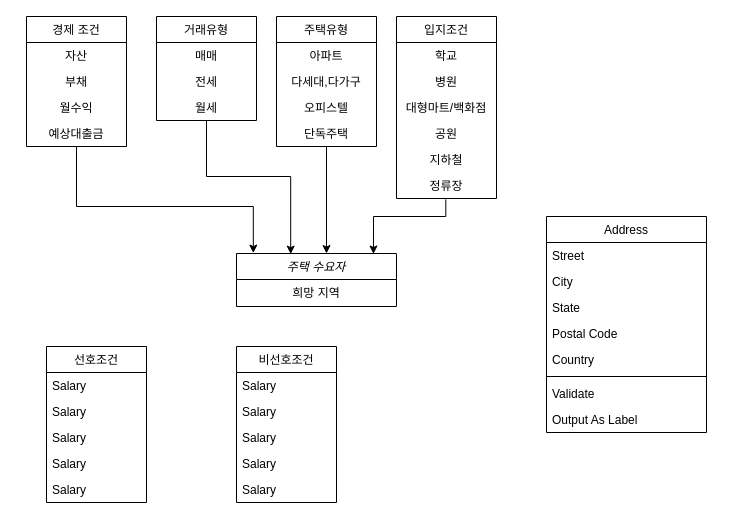
This is 제목 없는 다이어그램.drawio from TraceofBird/KREBPJ, a draw.io file, before an edit. Source tidied: cells renumbered, new cells numbered last; positions are measured from the earlier drawing's top-left corner, leaving out a move shared by most shapes. Both pictures are drawn from the tidied source at 100%, with x=0, y=0 at pixel (26, 16).
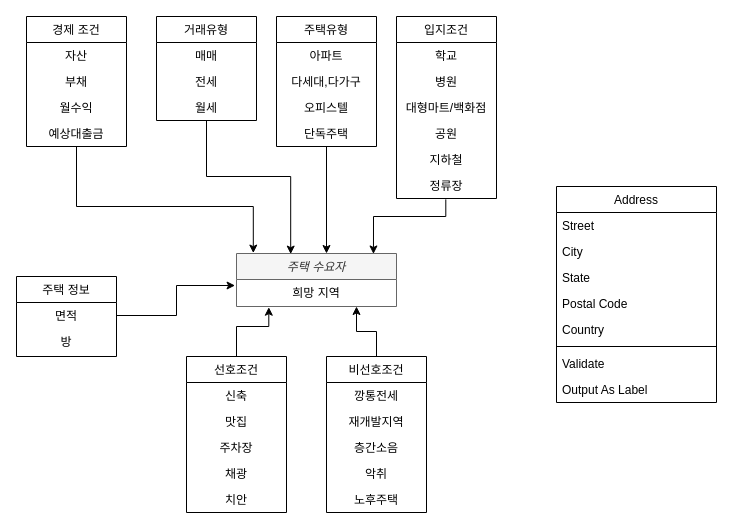
The same page after the edit.

Commit message:
제목 없는 다이어그램.drawio 업데이트

The change refers to these unchanged cells:
```xml
<mxCell id="3" value="희망 지역" style="text;align=center;verticalAlign=top;spacingLeft=4;spacingRight=4;overflow=hidden;points=[[0,0.5],[1,0.5]];portConstraint=eastwest;rounded=0;shadow=0;html=0;" parent="2" vertex="1">
  <mxGeometry y="26" width="160" height="26" as="geometry" />
</mxCell>
```

The edit, as a diff of the source:
```diff
@@
-    <mxCell id="2" value="주택 수요자" style="swimlane;fontStyle=2;align=center;verticalAlign=top;horizontal=1;startSize=26;rounded=0;shadow=0;strokeWidth=1;" parent="1" vertex="1">
+    <mxCell id="2" value="주택 수요자" style="swimlane;fontStyle=2;align=center;verticalAlign=top;horizontal=1;startSize=26;rounded=0;shadow=0;strokeWidth=1;fillColor=#f5f5f5;fontColor=#333333;strokeColor=#666666;" parent="1" vertex="1">
       <mxGeometry x="210" y="237" width="160" height="53" as="geometry" />
     </mxCell>
@@
     <mxCell id="15" value="Address" style="swimlane;fontStyle=0;align=center;verticalAlign=top;horizontal=1;startSize=26;rounded=0;shadow=0;strokeWidth=1;" parent="1" vertex="1">
-      <mxGeometry x="520" y="200" width="160" height="216" as="geometry" />
+      <mxGeometry x="530" y="170" width="160" height="216" as="geometry" />
     </mxCell>
@@
+    <mxCell id="50" style="edgeStyle=orthogonalEdgeStyle;rounded=0;jettySize=auto;html=1;entryX=0.75;entryY=1.038;entryDx=0;entryDy=0;entryPerimeter=0;" parent="1" edge="1" source="24" target="3">
+      <mxGeometry relative="1" as="geometry">
+        <Array as="points">
+          <mxPoint x="350" y="315" />
+          <mxPoint x="330" y="315" />
+        </Array>
+      </mxGeometry>
+    </mxCell>
     <mxCell id="24" value="비선호조건" style="swimlane;fontStyle=0;align=center;verticalAlign=top;horizontal=1;startSize=26;rounded=0;shadow=0;strokeWidth=1;" parent="1" vertex="1">
-      <mxGeometry x="210" y="330" width="100" height="156" as="geometry" />
+      <mxGeometry x="300" y="340" width="100" height="156" as="geometry" />
     </mxCell>
-    <mxCell id="25" value="Salary" style="text;align=left;verticalAlign=top;spacingLeft=4;spacingRight=4;overflow=hidden;" parent="24" vertex="1">
+    <mxCell id="25" value="깡통전세" style="text;align=center;verticalAlign=top;spacingLeft=4;spacingRight=4;overflow=hidden;" parent="24" vertex="1">
       <mxGeometry y="26" width="100" height="26" as="geometry" />
     </mxCell>
-    <mxCell id="26" value="Salary" style="text;align=left;verticalAlign=top;spacingLeft=4;spacingRight=4;overflow=hidden;" parent="24" vertex="1">
+    <mxCell id="26" value="재개발지역" style="text;align=center;verticalAlign=top;spacingLeft=4;spacingRight=4;overflow=hidden;" parent="24" vertex="1">
       <mxGeometry y="52" width="100" height="26" as="geometry" />
     </mxCell>
-    <mxCell id="27" value="Salary" style="text;align=left;verticalAlign=top;spacingLeft=4;spacingRight=4;overflow=hidden;" parent="24" vertex="1">
+    <mxCell id="27" value="층간소음" style="text;align=center;verticalAlign=top;spacingLeft=4;spacingRight=4;overflow=hidden;" parent="24" vertex="1">
       <mxGeometry y="78" width="100" height="26" as="geometry" />
     </mxCell>
-    <mxCell id="28" value="Salary" style="text;align=left;verticalAlign=top;spacingLeft=4;spacingRight=4;overflow=hidden;" parent="24" vertex="1">
+    <mxCell id="28" value="악취" style="text;align=center;verticalAlign=top;spacingLeft=4;spacingRight=4;overflow=hidden;" parent="24" vertex="1">
       <mxGeometry y="104" width="100" height="26" as="geometry" />
     </mxCell>
-    <mxCell id="29" value="Salary" style="text;align=left;verticalAlign=top;spacingLeft=4;spacingRight=4;overflow=hidden;" parent="24" vertex="1">
+    <mxCell id="29" value="노후주택" style="text;align=center;verticalAlign=top;spacingLeft=4;spacingRight=4;overflow=hidden;" parent="24" vertex="1">
       <mxGeometry y="130" width="100" height="26" as="geometry" />
     </mxCell>
@@
+    <mxCell id="51" style="edgeStyle=orthogonalEdgeStyle;rounded=0;jettySize=auto;html=1;entryX=0.202;entryY=1.066;entryDx=0;entryDy=0;entryPerimeter=0;" parent="1" edge="1" source="44" target="3">
+      <mxGeometry relative="1" as="geometry">
+        <Array as="points">
+          <mxPoint x="210" y="310" />
+          <mxPoint x="242" y="310" />
+        </Array>
+      </mxGeometry>
+    </mxCell>
     <mxCell id="44" value="선호조건" style="swimlane;fontStyle=0;align=center;verticalAlign=top;horizontal=1;startSize=26;rounded=0;shadow=0;strokeWidth=1;" parent="1" vertex="1">
-      <mxGeometry x="20" y="330" width="100" height="156" as="geometry" />
+      <mxGeometry x="160" y="340" width="100" height="156" as="geometry" />
     </mxCell>
-    <mxCell id="45" value="Salary" style="text;align=left;verticalAlign=top;spacingLeft=4;spacingRight=4;overflow=hidden;" parent="44" vertex="1">
+    <mxCell id="45" value="신축" style="text;align=center;verticalAlign=top;spacingLeft=4;spacingRight=4;overflow=hidden;" parent="44" vertex="1">
       <mxGeometry y="26" width="100" height="26" as="geometry" />
     </mxCell>
-    <mxCell id="46" value="Salary" style="text;align=left;verticalAlign=top;spacingLeft=4;spacingRight=4;overflow=hidden;" parent="44" vertex="1">
+    <mxCell id="46" value="맛집" style="text;align=center;verticalAlign=top;spacingLeft=4;spacingRight=4;overflow=hidden;" parent="44" vertex="1">
       <mxGeometry y="52" width="100" height="26" as="geometry" />
     </mxCell>
-    <mxCell id="47" value="Salary" style="text;align=left;verticalAlign=top;spacingLeft=4;spacingRight=4;overflow=hidden;" parent="44" vertex="1">
+    <mxCell id="47" value="주차장" style="text;align=center;verticalAlign=top;spacingLeft=4;spacingRight=4;overflow=hidden;" parent="44" vertex="1">
       <mxGeometry y="78" width="100" height="26" as="geometry" />
     </mxCell>
-    <mxCell id="48" value="Salary" style="text;align=left;verticalAlign=top;spacingLeft=4;spacingRight=4;overflow=hidden;" parent="44" vertex="1">
+    <mxCell id="48" value="채광" style="text;align=center;verticalAlign=top;spacingLeft=4;spacingRight=4;overflow=hidden;" parent="44" vertex="1">
       <mxGeometry y="104" width="100" height="26" as="geometry" />
     </mxCell>
-    <mxCell id="49" value="Salary" style="text;align=left;verticalAlign=top;spacingLeft=4;spacingRight=4;overflow=hidden;" parent="44" vertex="1">
+    <mxCell id="49" value="치안" style="text;align=center;verticalAlign=top;spacingLeft=4;spacingRight=4;overflow=hidden;" parent="44" vertex="1">
       <mxGeometry y="130" width="100" height="26" as="geometry" />
     </mxCell>
+    <mxCell id="52" value="주택 정보" style="swimlane;fontStyle=0;align=center;verticalAlign=top;horizontal=1;startSize=26;rounded=0;shadow=0;strokeWidth=1;" parent="1" vertex="1">
+      <mxGeometry x="-10" y="260" width="100" height="80" as="geometry" />
+    </mxCell>
+    <mxCell id="53" value="면적" style="text;align=center;verticalAlign=top;spacingLeft=4;spacingRight=4;overflow=hidden;points=[[0,0.5],[1,0.5]];portConstraint=eastwest;" parent="52" vertex="1">
+      <mxGeometry y="26" width="100" height="26" as="geometry" />
+    </mxCell>
+    <mxCell id="54" value="방" style="text;align=center;verticalAlign=top;spacingLeft=4;spacingRight=4;overflow=hidden;" parent="52" vertex="1">
+      <mxGeometry y="52" width="100" height="26" as="geometry" />
+    </mxCell>
+    <mxCell id="55" style="edgeStyle=orthogonalEdgeStyle;rounded=0;jettySize=auto;html=1;entryX=-0.009;entryY=0.231;entryDx=0;entryDy=0;entryPerimeter=0;" parent="1" edge="1" source="53" target="3">
+      <mxGeometry relative="1" as="geometry" />
+    </mxCell>
```
